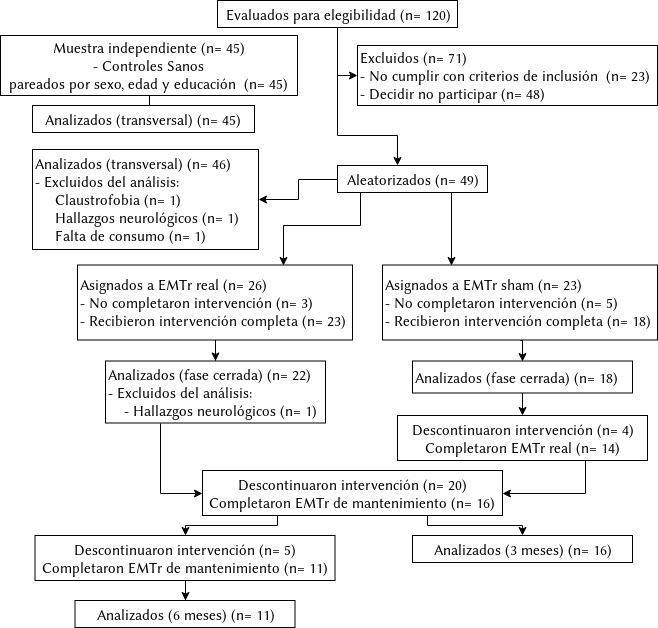
This is Figures/participantFlow.png from soffiafdz/TesisINB, a draw.io export, as it was before one commit. Source tidied: cells renumbered, new cells last; positions are measured from the earlier drawing's top-left corner, leaving out a move shared by most shapes.
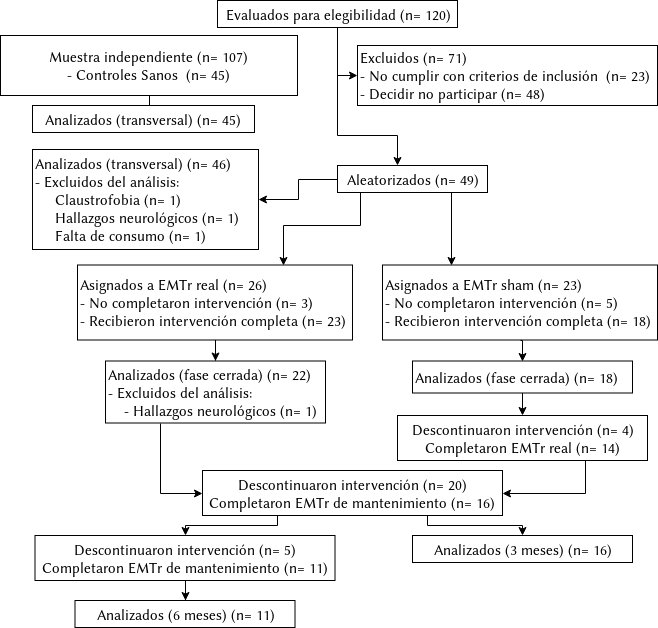
The same diagram one commit later.

What changed in the source:
```diff
@@ -69,7 +69,7 @@
     <mxCell id="18" style="edgeStyle=orthogonalEdgeStyle;rounded=0;jettySize=auto;html=1;entryX=0.5;entryY=0;entryDx=0;entryDy=0;" parent="1" edge="1" source="19" target="20">
       <mxGeometry relative="1" as="geometry" />
     </mxCell>
-    <mxCell id="19" value="&lt;font style=&quot;font-size: 15px&quot;&gt;Muestra independiente (n= 45)&lt;br&gt;&lt;/font&gt;&lt;div style=&quot;font-size: 15px&quot; align=&quot;center&quot;&gt;&lt;font style=&quot;font-size: 15px&quot;&gt;- Controles Sanos&lt;br&gt;pareados por sexo, edad y educación&amp;nbsp; (n= 45)&lt;br&gt;&lt;/font&gt;&lt;/div&gt;" style="rounded=0;whiteSpace=wrap;html=1;align=center;rotation=0;" parent="1" vertex="1">
+    <mxCell id="19" value="&lt;font style=&quot;font-size: 15px&quot;&gt;Muestra independiente (n= 107)&lt;br&gt;&lt;/font&gt;&lt;div style=&quot;font-size: 15px&quot; align=&quot;center&quot;&gt;&lt;font style=&quot;font-size: 15px&quot;&gt;- Controles Sanos&amp;nbsp; (n= 45)&lt;br&gt;&lt;/font&gt;&lt;/div&gt;" style="rounded=0;whiteSpace=wrap;html=1;align=center;rotation=0;" parent="1" vertex="1">
       <mxGeometry y="35" width="297" height="60" as="geometry" />
     </mxCell>
     <mxCell id="20" value="&lt;div style=&quot;font-size: 15px&quot; align=&quot;center&quot;&gt;&lt;font style=&quot;font-size: 15px&quot;&gt;Analizados (transversal) (n= 45)&lt;br&gt;&lt;/font&gt;&lt;/div&gt;" style="rounded=0;whiteSpace=wrap;html=1;align=center;rotation=0;" parent="1" vertex="1">
```
